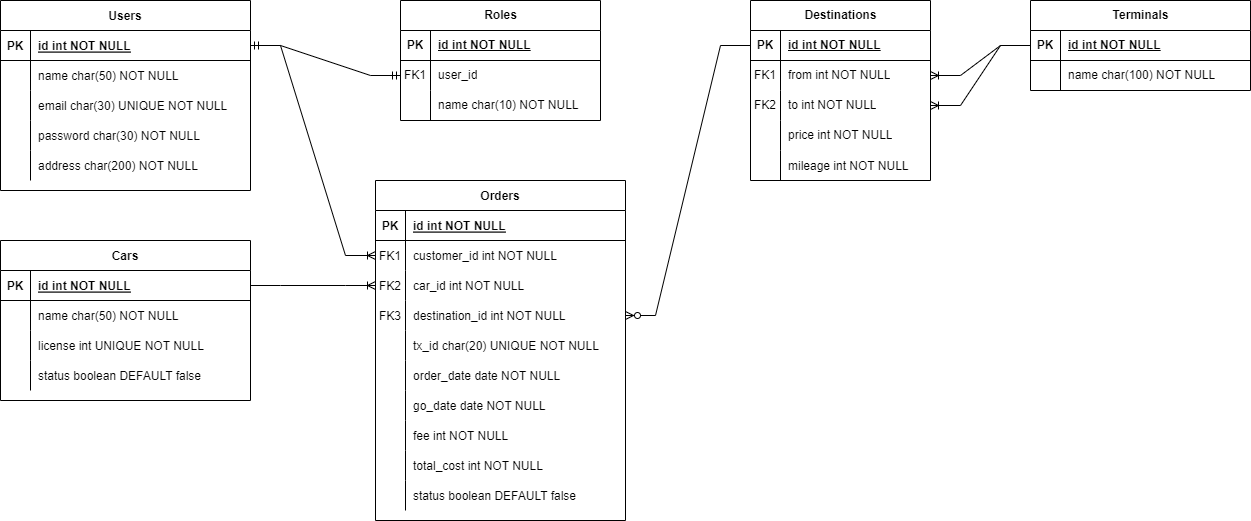
This is travel-api/db_travel.drawio.png from rhyman18/alkademi-tugas4, a draw.io export, as it was before one commit. Source tidied: cells renumbered, new cells last; positions are measured from the earlier drawing's top-left corner, leaving out a move shared by most shapes.
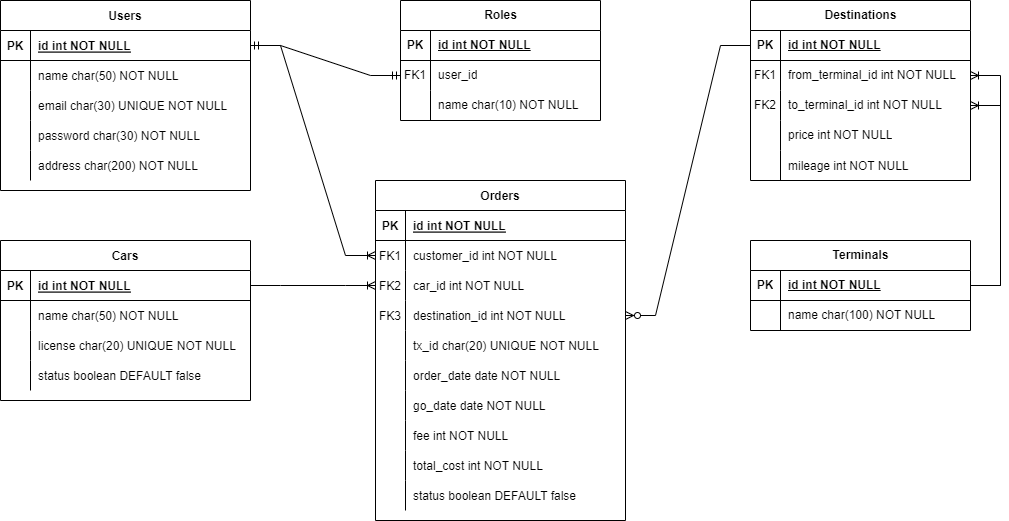
Above is the later version.

The edit, as a diff of the source:
```diff
@@ -122,7 +122,7 @@
     <mxCell id="41" style="shape=partialRectangle;overflow=hidden;fillColor=none;top=0;left=0;bottom=0;right=0;" parent="40" vertex="1">
       <mxGeometry width="30" height="30" as="geometry" />
     </mxCell>
-    <mxCell id="42" value="license int UNIQUE NOT NULL" style="shape=partialRectangle;overflow=hidden;fillColor=none;top=0;left=0;bottom=0;right=0;align=left;spacingLeft=6;" parent="40" vertex="1">
+    <mxCell id="42" value="license char(20) UNIQUE NOT NULL" style="shape=partialRectangle;overflow=hidden;fillColor=none;top=0;left=0;bottom=0;right=0;align=left;spacingLeft=6;" parent="40" vertex="1">
       <mxGeometry x="30" width="220" height="30" as="geometry" />
     </mxCell>
     <mxCell id="43" style="shape=tableRow;horizontal=0;startSize=0;swimlaneHead=0;swimlaneBody=0;fillColor=none;top=0;left=0;right=0;bottom=0;" parent="33" vertex="1">
@@ -189,7 +189,7 @@
       <mxGeometry relative="1" as="geometry" />
     </mxCell>
     <mxCell id="64" value="Terminals" style="shape=table;startSize=30;rowLines=0;fontStyle=1;align=center;html=1;" parent="1" vertex="1">
-      <mxGeometry x="1030" width="220" height="90" as="geometry" />
+      <mxGeometry x="750" y="240" width="220" height="90" as="geometry" />
     </mxCell>
     <mxCell id="65" style="shape=tableRow;horizontal=0;startSize=0;swimlaneHead=0;swimlaneBody=0;fillColor=none;points=[[0,0.5],[1,0.5]];portConstraint=eastwest;top=0;left=0;right=0;bottom=1;" parent="64" vertex="1">
       <mxGeometry y="30" width="220" height="30" as="geometry" />
@@ -210,52 +210,52 @@
       <mxGeometry x="30" width="190" height="30" as="geometry" />
     </mxCell>
     <mxCell id="71" value="Destinations" style="shape=table;startSize=30;rowLines=0;fontStyle=1;align=center;html=1;" parent="1" vertex="1">
-      <mxGeometry x="750" width="180" height="180" as="geometry" />
+      <mxGeometry x="750" width="220" height="180" as="geometry" />
     </mxCell>
     <mxCell id="72" style="shape=tableRow;horizontal=0;startSize=0;swimlaneHead=0;swimlaneBody=0;fillColor=none;points=[[0,0.5],[1,0.5]];portConstraint=eastwest;top=0;left=0;right=0;bottom=1;" parent="71" vertex="1">
-      <mxGeometry y="30" width="180" height="30" as="geometry" />
+      <mxGeometry y="30" width="220" height="30" as="geometry" />
     </mxCell>
     <mxCell id="73" value="PK" style="shape=partialRectangle;fillColor=none;top=0;left=0;bottom=0;right=0;fontStyle=1;overflow=hidden;whiteSpace=wrap;html=1;" parent="72" vertex="1">
       <mxGeometry width="30" height="30" as="geometry" />
     </mxCell>
     <mxCell id="74" value="id int NOT NULL" style="shape=partialRectangle;fillColor=none;top=0;left=0;bottom=0;right=0;align=left;spacingLeft=6;fontStyle=5;overflow=hidden;whiteSpace=wrap;html=1;" parent="72" vertex="1">
-      <mxGeometry x="30" width="150" height="30" as="geometry" />
+      <mxGeometry x="30" width="190" height="30" as="geometry" />
     </mxCell>
     <mxCell id="75" style="shape=tableRow;horizontal=0;startSize=0;swimlaneHead=0;swimlaneBody=0;fillColor=none;points=[[0,0.5],[1,0.5]];portConstraint=eastwest;top=0;left=0;right=0;bottom=0;" parent="71" vertex="1">
-      <mxGeometry y="60" width="180" height="30" as="geometry" />
+      <mxGeometry y="60" width="220" height="30" as="geometry" />
     </mxCell>
     <mxCell id="76" value="FK1" style="shape=partialRectangle;fillColor=none;top=0;left=0;bottom=0;right=0;overflow=hidden;whiteSpace=wrap;html=1;" parent="75" vertex="1">
       <mxGeometry width="30" height="30" as="geometry" />
     </mxCell>
-    <mxCell id="77" value="from int NOT NULL" style="shape=partialRectangle;fillColor=none;top=0;left=0;bottom=0;right=0;align=left;spacingLeft=6;overflow=hidden;whiteSpace=wrap;html=1;" parent="75" vertex="1">
-      <mxGeometry x="30" width="150" height="30" as="geometry" />
+    <mxCell id="77" value="from_terminal_id int NOT NULL" style="shape=partialRectangle;fillColor=none;top=0;left=0;bottom=0;right=0;align=left;spacingLeft=6;overflow=hidden;whiteSpace=wrap;html=1;" parent="75" vertex="1">
+      <mxGeometry x="30" width="190" height="30" as="geometry" />
     </mxCell>
     <mxCell id="78" style="shape=tableRow;horizontal=0;startSize=0;swimlaneHead=0;swimlaneBody=0;fillColor=none;points=[[0,0.5],[1,0.5]];portConstraint=eastwest;top=0;left=0;right=0;bottom=0;" parent="71" vertex="1">
-      <mxGeometry y="90" width="180" height="30" as="geometry" />
+      <mxGeometry y="90" width="220" height="30" as="geometry" />
     </mxCell>
     <mxCell id="79" value="FK2" style="shape=partialRectangle;fillColor=none;top=0;left=0;bottom=0;right=0;overflow=hidden;whiteSpace=wrap;html=1;" parent="78" vertex="1">
       <mxGeometry width="30" height="30" as="geometry" />
     </mxCell>
-    <mxCell id="80" value="to int NOT NULL" style="shape=partialRectangle;fillColor=none;top=0;left=0;bottom=0;right=0;align=left;spacingLeft=6;overflow=hidden;whiteSpace=wrap;html=1;" parent="78" vertex="1">
-      <mxGeometry x="30" width="150" height="30" as="geometry" />
+    <mxCell id="80" value="to_terminal_id int NOT NULL" style="shape=partialRectangle;fillColor=none;top=0;left=0;bottom=0;right=0;align=left;spacingLeft=6;overflow=hidden;whiteSpace=wrap;html=1;" parent="78" vertex="1">
+      <mxGeometry x="30" width="190" height="30" as="geometry" />
     </mxCell>
     <mxCell id="81" style="shape=tableRow;horizontal=0;startSize=0;swimlaneHead=0;swimlaneBody=0;fillColor=none;top=0;left=0;right=0;bottom=0;" parent="71" vertex="1">
-      <mxGeometry y="120" width="180" height="30" as="geometry" />
+      <mxGeometry y="120" width="220" height="30" as="geometry" />
     </mxCell>
     <mxCell id="82" style="shape=partialRectangle;fillColor=none;top=0;left=0;bottom=0;right=0;overflow=hidden;whiteSpace=wrap;html=1;" parent="81" vertex="1">
       <mxGeometry width="30" height="30" as="geometry" />
     </mxCell>
     <mxCell id="83" value="price int NOT NULL" style="shape=partialRectangle;fillColor=none;top=0;left=0;bottom=0;right=0;align=left;spacingLeft=6;overflow=hidden;whiteSpace=wrap;html=1;" parent="81" vertex="1">
-      <mxGeometry x="30" width="150" height="30" as="geometry" />
+      <mxGeometry x="30" width="190" height="30" as="geometry" />
     </mxCell>
     <mxCell id="84" style="shape=tableRow;horizontal=0;startSize=0;swimlaneHead=0;swimlaneBody=0;fillColor=none;top=0;left=0;right=0;bottom=0;" parent="71" vertex="1">
-      <mxGeometry y="150" width="180" height="30" as="geometry" />
+      <mxGeometry y="150" width="220" height="30" as="geometry" />
     </mxCell>
     <mxCell id="85" style="shape=partialRectangle;fillColor=none;top=0;left=0;bottom=0;right=0;overflow=hidden;" parent="84" vertex="1">
       <mxGeometry width="30" height="30" as="geometry" />
     </mxCell>
     <mxCell id="86" value="mileage int NOT NULL" style="shape=partialRectangle;fillColor=none;top=0;left=0;bottom=0;right=0;align=left;spacingLeft=6;overflow=hidden;" parent="84" vertex="1">
-      <mxGeometry x="30" width="150" height="30" as="geometry" />
+      <mxGeometry x="30" width="190" height="30" as="geometry" />
     </mxCell>
     <mxCell id="87" style="edgeStyle=entityRelationEdgeStyle;fontSize=12;html=1;endArrow=ERoneToMany;rounded=0;" parent="1" edge="1" source="65" target="75">
       <mxGeometry relative="1" as="geometry" />
```
